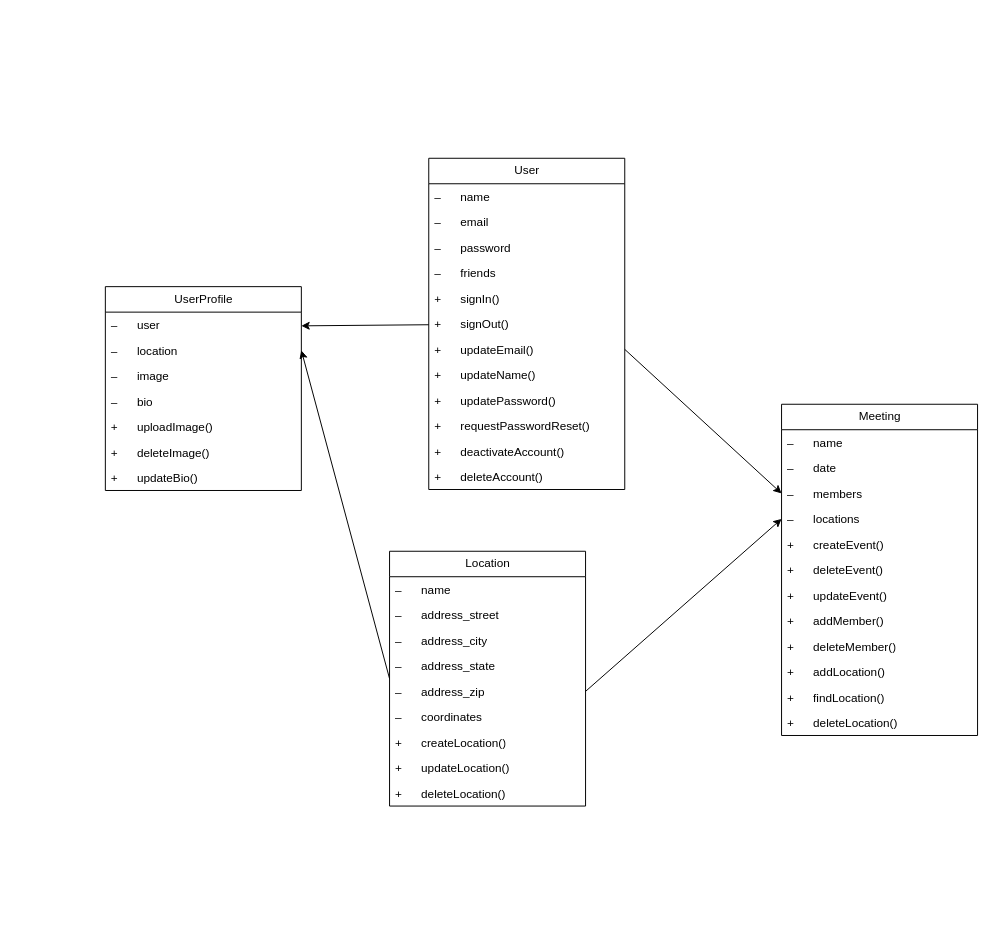
The draw.io diagram ui_ux/diagrams/uml.drawio in CSCI150-LAB01/Meet_in_the_Middle, before the edit. Source tidied: cells renumbered, new cells numbered last; positions are measured from the earlier drawing's top-left corner, leaving out a move shared by most shapes. Both pictures are drawn from the tidied source at 98%, with x=0, y=0 at pixel (105, 158).
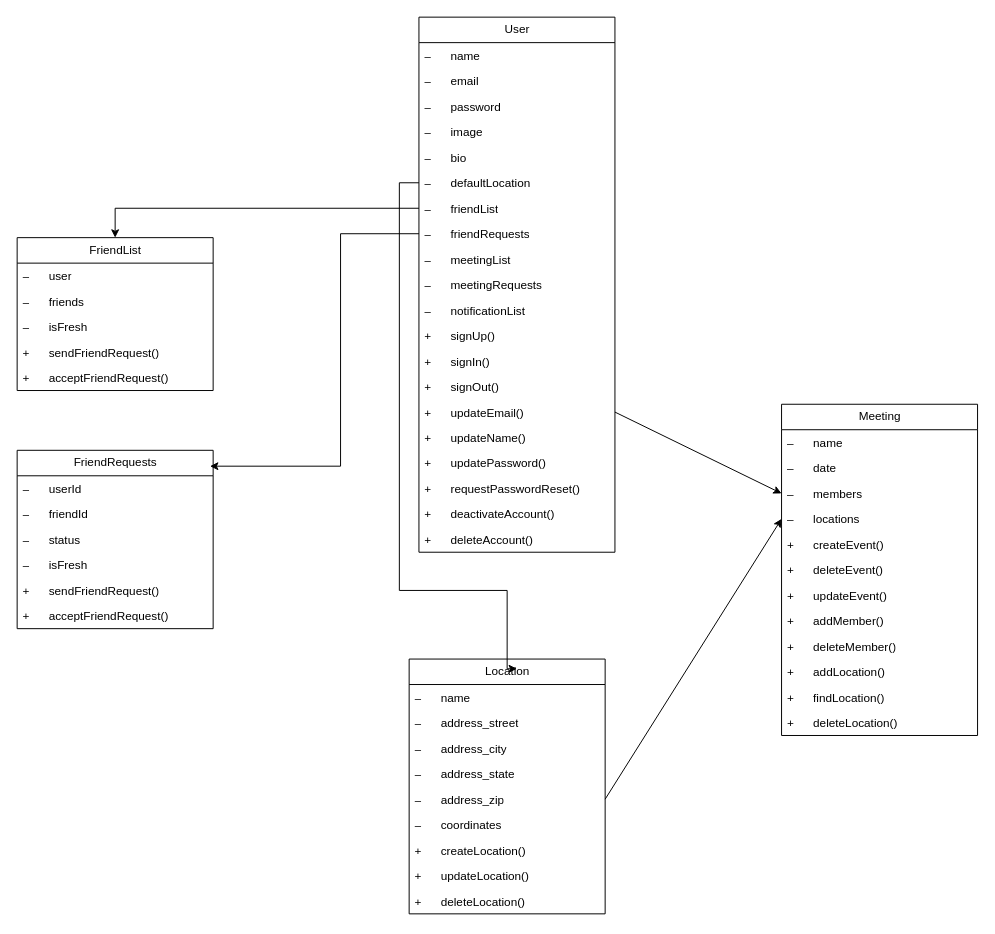
After the change.

The edit, as a diff of the source:
```diff
@@
     <mxCell id="2" value="User" style="swimlane;fontStyle=0;horizontal=1;startSize=26;fillColor=none;html=1;" parent="1" vertex="1">
-      <mxGeometry x="330" width="200" height="338" as="geometry" />
+      <mxGeometry x="320" y="-144" width="200" height="546" as="geometry" />
     </mxCell>
@@
-    <mxCell id="6" value="–&lt;span style=&quot;white-space: pre;&quot;&gt;&#9;&lt;/span&gt;friends" style="text;strokeColor=none;fillColor=none;align=left;verticalAlign=top;spacingLeft=4;spacingRight=4;overflow=hidden;whiteSpace=wrap;html=1;" parent="2" vertex="1">
+    <mxCell id="6" value="–&lt;span style=&quot;white-space: pre;&quot;&gt;&#9;&lt;/span&gt;image" style="text;strokeColor=none;fillColor=none;align=left;verticalAlign=top;spacingLeft=4;spacingRight=4;overflow=hidden;whiteSpace=wrap;html=1;" parent="2" vertex="1">
       <mxGeometry y="104" width="200" height="26" as="geometry" />
     </mxCell>
+    <mxCell id="50" value="–&lt;span style=&quot;white-space: pre;&quot;&gt;&#9;&lt;/span&gt;bio" style="text;strokeColor=none;fillColor=none;align=left;verticalAlign=top;spacingLeft=4;spacingRight=4;overflow=hidden;whiteSpace=wrap;html=1;" parent="2" vertex="1">
+      <mxGeometry y="130" width="200" height="26" as="geometry" />
+    </mxCell>
+    <mxCell id="51" value="–&lt;span style=&quot;white-space: pre;&quot;&gt;&#9;&lt;/span&gt;defaultLocation" style="text;strokeColor=none;fillColor=none;align=left;verticalAlign=top;spacingLeft=4;spacingRight=4;overflow=hidden;points=[[0,0.5],[1,0.5]];portConstraint=eastwest;whiteSpace=wrap;html=1;" parent="2" vertex="1">
+      <mxGeometry y="156" width="200" height="26" as="geometry" />
+    </mxCell>
+    <mxCell id="52" value="–&lt;span style=&quot;white-space: pre;&quot;&gt;&#9;&lt;/span&gt;friendList" style="text;strokeColor=none;fillColor=none;align=left;verticalAlign=top;spacingLeft=4;spacingRight=4;overflow=hidden;points=[[0,0.5],[1,0.5]];portConstraint=eastwest;whiteSpace=wrap;html=1;" parent="2" vertex="1">
+      <mxGeometry y="182" width="200" height="26" as="geometry" />
+    </mxCell>
+    <mxCell id="53" value="–&lt;span style=&quot;white-space: pre;&quot;&gt;&#9;&lt;/span&gt;friendRequests" style="text;strokeColor=none;fillColor=none;align=left;verticalAlign=top;spacingLeft=4;spacingRight=4;overflow=hidden;points=[[0,0.5],[1,0.5]];portConstraint=eastwest;whiteSpace=wrap;html=1;" parent="2" vertex="1">
+      <mxGeometry y="208" width="200" height="26" as="geometry" />
+    </mxCell>
+    <mxCell id="54" value="–&lt;span style=&quot;white-space: pre;&quot;&gt;&#9;&lt;/span&gt;meetingList" style="text;strokeColor=none;fillColor=none;align=left;verticalAlign=top;spacingLeft=4;spacingRight=4;overflow=hidden;whiteSpace=wrap;html=1;" parent="2" vertex="1">
+      <mxGeometry y="234" width="200" height="26" as="geometry" />
+    </mxCell>
+    <mxCell id="55" value="–&lt;span style=&quot;white-space: pre;&quot;&gt;&#9;&lt;/span&gt;meetingRequests" style="text;strokeColor=none;fillColor=none;align=left;verticalAlign=top;spacingLeft=4;spacingRight=4;overflow=hidden;whiteSpace=wrap;html=1;" parent="2" vertex="1">
+      <mxGeometry y="260" width="200" height="26" as="geometry" />
+    </mxCell>
+    <mxCell id="56" value="–&lt;span style=&quot;white-space: pre;&quot;&gt;&#9;&lt;/span&gt;notificationList" style="text;strokeColor=none;fillColor=none;align=left;verticalAlign=top;spacingLeft=4;spacingRight=4;overflow=hidden;whiteSpace=wrap;html=1;" parent="2" vertex="1">
+      <mxGeometry y="286" width="200" height="26" as="geometry" />
+    </mxCell>
+    <mxCell id="57" value="+&lt;span style=&quot;white-space: pre;&quot;&gt;&#9;&lt;/span&gt;signUp()" style="text;strokeColor=none;fillColor=none;align=left;verticalAlign=top;spacingLeft=4;spacingRight=4;overflow=hidden;whiteSpace=wrap;html=1;" parent="2" vertex="1">
+      <mxGeometry y="312" width="200" height="26" as="geometry" />
+    </mxCell>
     <mxCell id="7" value="+&lt;span style=&quot;white-space: pre;&quot;&gt;&#9;&lt;/span&gt;signIn()" style="text;strokeColor=none;fillColor=none;align=left;verticalAlign=top;spacingLeft=4;spacingRight=4;overflow=hidden;whiteSpace=wrap;html=1;" parent="2" vertex="1">
-      <mxGeometry y="130" width="200" height="26" as="geometry" />
+      <mxGeometry y="338" width="200" height="26" as="geometry" />
     </mxCell>
     <mxCell id="8" value="+&lt;span style=&quot;white-space: pre;&quot;&gt;&#9;&lt;/span&gt;signOut()" style="text;strokeColor=none;fillColor=none;align=left;verticalAlign=top;spacingLeft=4;spacingRight=4;overflow=hidden;whiteSpace=wrap;html=1;" parent="2" vertex="1">
-      <mxGeometry y="156" width="200" height="26" as="geometry" />
+      <mxGeometry y="364" width="200" height="26" as="geometry" />
     </mxCell>
     <mxCell id="9" value="+&lt;span style=&quot;white-space: pre;&quot;&gt;&#9;&lt;/span&gt;updateEmail()" style="text;strokeColor=none;fillColor=none;align=left;verticalAlign=top;spacingLeft=4;spacingRight=4;overflow=hidden;points=[[0,0.5],[1,0.5]];portConstraint=eastwest;whiteSpace=wrap;html=1;" parent="2" vertex="1">
-      <mxGeometry y="182" width="200" height="26" as="geometry" />
+      <mxGeometry y="390" width="200" height="26" as="geometry" />
     </mxCell>
     <mxCell id="10" value="+&lt;span style=&quot;white-space: pre;&quot;&gt;&#9;&lt;/span&gt;updateName()" style="text;strokeColor=none;fillColor=none;align=left;verticalAlign=top;spacingLeft=4;spacingRight=4;overflow=hidden;whiteSpace=wrap;html=1;" parent="2" vertex="1">
-      <mxGeometry y="208" width="200" height="26" as="geometry" />
+      <mxGeometry y="416" width="200" height="26" as="geometry" />
     </mxCell>
     <mxCell id="11" value="+&lt;span style=&quot;white-space: pre;&quot;&gt;&#9;&lt;/span&gt;updatePassword()" style="text;strokeColor=none;fillColor=none;align=left;verticalAlign=top;spacingLeft=4;spacingRight=4;overflow=hidden;whiteSpace=wrap;html=1;" parent="2" vertex="1">
-      <mxGeometry y="234" width="200" height="26" as="geometry" />
+      <mxGeometry y="442" width="200" height="26" as="geometry" />
     </mxCell>
     <mxCell id="12" value="+&lt;span style=&quot;white-space: pre;&quot;&gt;&#9;&lt;/span&gt;requestPasswordReset()" style="text;strokeColor=none;fillColor=none;align=left;verticalAlign=top;spacingLeft=4;spacingRight=4;overflow=hidden;whiteSpace=wrap;html=1;" parent="2" vertex="1">
-      <mxGeometry y="260" width="200" height="26" as="geometry" />
+      <mxGeometry y="468" width="200" height="26" as="geometry" />
     </mxCell>
     <mxCell id="13" value="+&lt;span style=&quot;white-space: pre;&quot;&gt;&#9;&lt;/span&gt;deactivateAccount()" style="text;strokeColor=none;fillColor=none;align=left;verticalAlign=top;spacingLeft=4;spacingRight=4;overflow=hidden;whiteSpace=wrap;html=1;" parent="2" vertex="1">
-      <mxGeometry y="286" width="200" height="26" as="geometry" />
+      <mxGeometry y="494" width="200" height="26" as="geometry" />
     </mxCell>
     <mxCell id="14" value="+&lt;span style=&quot;white-space: pre;&quot;&gt;&#9;&lt;/span&gt;deleteAccount()" style="text;strokeColor=none;fillColor=none;align=left;verticalAlign=top;spacingLeft=4;spacingRight=4;overflow=hidden;whiteSpace=wrap;html=1;" parent="2" vertex="1">
-      <mxGeometry y="312" width="200" height="26" as="geometry" />
+      <mxGeometry y="520" width="200" height="26" as="geometry" />
     </mxCell>
@@
-    <mxCell id="28" value="UserProfile" style="swimlane;fontStyle=0;horizontal=1;startSize=26;fillColor=none;html=1;" parent="1" vertex="1">
-      <mxGeometry y="131" width="200" height="208" as="geometry" />
+    <mxCell id="28" value="FriendList" style="swimlane;fontStyle=0;horizontal=1;startSize=26;fillColor=none;html=1;" parent="1" vertex="1">
+      <mxGeometry x="-90" y="81" width="200" height="156" as="geometry" />
     </mxCell>
@@
-    <mxCell id="30" value="–&lt;span style=&quot;white-space: pre;&quot;&gt;&#9;&lt;/span&gt;location" style="text;strokeColor=none;fillColor=none;align=left;verticalAlign=top;spacingLeft=4;spacingRight=4;overflow=hidden;points=[[0,0.5],[1,0.5]];portConstraint=eastwest;whiteSpace=wrap;html=1;" parent="28" vertex="1">
+    <mxCell id="30" value="–&lt;span style=&quot;white-space: pre;&quot;&gt;&#9;&lt;/span&gt;friends" style="text;strokeColor=none;fillColor=none;align=left;verticalAlign=top;spacingLeft=4;spacingRight=4;overflow=hidden;points=[[0,0.5],[1,0.5]];portConstraint=eastwest;whiteSpace=wrap;html=1;" parent="28" vertex="1">
       <mxGeometry y="52" width="200" height="26" as="geometry" />
     </mxCell>
-    <mxCell id="31" value="–&lt;span style=&quot;white-space: pre;&quot;&gt;&#9;&lt;/span&gt;image" style="text;strokeColor=none;fillColor=none;align=left;verticalAlign=top;spacingLeft=4;spacingRight=4;overflow=hidden;whiteSpace=wrap;html=1;" parent="28" vertex="1">
+    <mxCell id="31" value="–&lt;span style=&quot;white-space: pre;&quot;&gt;&#9;&lt;/span&gt;isFresh" style="text;strokeColor=none;fillColor=none;align=left;verticalAlign=top;spacingLeft=4;spacingRight=4;overflow=hidden;whiteSpace=wrap;html=1;" parent="28" vertex="1">
       <mxGeometry y="78" width="200" height="26" as="geometry" />
     </mxCell>
-    <mxCell id="32" value="–&lt;span style=&quot;white-space: pre;&quot;&gt;&#9;&lt;/span&gt;bio" style="text;strokeColor=none;fillColor=none;align=left;verticalAlign=top;spacingLeft=4;spacingRight=4;overflow=hidden;whiteSpace=wrap;html=1;" parent="28" vertex="1">
+    <mxCell id="32" value="+&lt;span style=&quot;white-space: pre;&quot;&gt;&#9;&lt;/span&gt;sendFriendRequest()" style="text;strokeColor=none;fillColor=none;align=left;verticalAlign=top;spacingLeft=4;spacingRight=4;overflow=hidden;whiteSpace=wrap;html=1;" parent="28" vertex="1">
       <mxGeometry y="104" width="200" height="26" as="geometry" />
     </mxCell>
-    <mxCell id="33" value="+&lt;span style=&quot;white-space: pre;&quot;&gt;&#9;&lt;/span&gt;uploadImage()" style="text;strokeColor=none;fillColor=none;align=left;verticalAlign=top;spacingLeft=4;spacingRight=4;overflow=hidden;whiteSpace=wrap;html=1;" parent="28" vertex="1">
+    <mxCell id="33" value="+&lt;span style=&quot;white-space: pre;&quot;&gt;&#9;&lt;/span&gt;acceptFriendRequest()" style="text;strokeColor=none;fillColor=none;align=left;verticalAlign=top;spacingLeft=4;spacingRight=4;overflow=hidden;whiteSpace=wrap;html=1;" parent="28" vertex="1">
       <mxGeometry y="130" width="200" height="26" as="geometry" />
     </mxCell>
-    <mxCell id="34" value="+&lt;span style=&quot;white-space: pre;&quot;&gt;&#9;&lt;/span&gt;deleteImage()" style="text;strokeColor=none;fillColor=none;align=left;verticalAlign=top;spacingLeft=4;spacingRight=4;overflow=hidden;whiteSpace=wrap;html=1;" parent="28" vertex="1">
-      <mxGeometry y="156" width="200" height="26" as="geometry" />
-    </mxCell>
-    <mxCell id="35" value="+&lt;span style=&quot;white-space: pre;&quot;&gt;&#9;&lt;/span&gt;updateBio()" style="text;strokeColor=none;fillColor=none;align=left;verticalAlign=top;spacingLeft=4;spacingRight=4;overflow=hidden;whiteSpace=wrap;html=1;" parent="28" vertex="1">
-      <mxGeometry y="182" width="200" height="26" as="geometry" />
-    </mxCell>
-    <mxCell id="36" style="edgeStyle=none;html=1;" parent="1" edge="1" source="2">
-      <mxGeometry relative="1" as="geometry">
-        <mxPoint x="200" y="171" as="targetPoint" />
-      </mxGeometry>
-    </mxCell>
@@
-    <mxCell id="39" style="edgeStyle=none;html=1;exitX=0;exitY=0.5;exitDx=0;exitDy=0;entryX=1;entryY=0.5;entryDx=0;entryDy=0;" parent="1" edge="1" source="40" target="30">
-      <mxGeometry relative="1" as="geometry" />
-    </mxCell>
     <mxCell id="40" value="Location" style="swimlane;fontStyle=0;horizontal=1;startSize=26;fillColor=none;html=1;" parent="1" vertex="1">
-      <mxGeometry x="290" y="401" width="200" height="260" as="geometry" />
+      <mxGeometry x="310" y="511" width="200" height="260" as="geometry" />
     </mxCell>
@@
+    <mxCell id="58" value="FriendRequests" style="swimlane;fontStyle=0;horizontal=1;startSize=26;fillColor=none;html=1;" parent="1" vertex="1">
+      <mxGeometry x="-90" y="298" width="200" height="182" as="geometry" />
+    </mxCell>
+    <mxCell id="59" value="–&lt;span style=&quot;white-space: pre;&quot;&gt;&#9;&lt;/span&gt;userId" style="text;strokeColor=none;fillColor=none;align=left;verticalAlign=top;spacingLeft=4;spacingRight=4;overflow=hidden;whiteSpace=wrap;html=1;" parent="58" vertex="1">
+      <mxGeometry y="26" width="200" height="26" as="geometry" />
+    </mxCell>
+    <mxCell id="60" value="–&lt;span style=&quot;white-space: pre;&quot;&gt;&#9;&lt;/span&gt;friendId" style="text;strokeColor=none;fillColor=none;align=left;verticalAlign=top;spacingLeft=4;spacingRight=4;overflow=hidden;whiteSpace=wrap;html=1;" parent="58" vertex="1">
+      <mxGeometry y="52" width="200" height="26" as="geometry" />
+    </mxCell>
+    <mxCell id="61" value="–&lt;span style=&quot;white-space: pre;&quot;&gt;&#9;&lt;/span&gt;status" style="text;strokeColor=none;fillColor=none;align=left;verticalAlign=top;spacingLeft=4;spacingRight=4;overflow=hidden;whiteSpace=wrap;html=1;" parent="58" vertex="1">
+      <mxGeometry y="78" width="200" height="26" as="geometry" />
+    </mxCell>
+    <mxCell id="62" value="–&lt;span style=&quot;white-space: pre;&quot;&gt;&#9;&lt;/span&gt;isFresh" style="text;strokeColor=none;fillColor=none;align=left;verticalAlign=top;spacingLeft=4;spacingRight=4;overflow=hidden;whiteSpace=wrap;html=1;" parent="58" vertex="1">
+      <mxGeometry y="104" width="200" height="26" as="geometry" />
+    </mxCell>
+    <mxCell id="63" value="+&lt;span style=&quot;white-space: pre;&quot;&gt;&#9;&lt;/span&gt;sendFriendRequest()" style="text;strokeColor=none;fillColor=none;align=left;verticalAlign=top;spacingLeft=4;spacingRight=4;overflow=hidden;whiteSpace=wrap;html=1;" parent="58" vertex="1">
+      <mxGeometry y="130" width="200" height="26" as="geometry" />
+    </mxCell>
+    <mxCell id="64" value="+&lt;span style=&quot;white-space: pre;&quot;&gt;&#9;&lt;/span&gt;acceptFriendRequest()" style="text;strokeColor=none;fillColor=none;align=left;verticalAlign=top;spacingLeft=4;spacingRight=4;overflow=hidden;whiteSpace=wrap;html=1;" parent="58" vertex="1">
+      <mxGeometry y="156" width="200" height="26" as="geometry" />
+    </mxCell>
+    <mxCell id="65" style="edgeStyle=orthogonalEdgeStyle;rounded=0;jettySize=auto;html=1;entryX=0.984;entryY=0.089;entryDx=0;entryDy=0;entryPerimeter=0;" parent="1" edge="1" source="53" target="58">
+      <mxGeometry relative="1" as="geometry">
+        <Array as="points">
+          <mxPoint x="240" y="77" />
+          <mxPoint x="240" y="314" />
+        </Array>
+      </mxGeometry>
+    </mxCell>
+    <mxCell id="66" style="edgeStyle=orthogonalEdgeStyle;rounded=0;jettySize=auto;html=1;" parent="1" edge="1" source="52" target="28">
+      <mxGeometry relative="1" as="geometry" />
+    </mxCell>
+    <mxCell id="67" style="edgeStyle=orthogonalEdgeStyle;rounded=0;jettySize=auto;html=1;entryX=0.55;entryY=0.038;entryDx=0;entryDy=0;entryPerimeter=0;" parent="1" edge="1" source="51" target="40">
+      <mxGeometry relative="1" as="geometry">
+        <Array as="points">
+          <mxPoint x="300" y="25" />
+          <mxPoint x="300" y="441" />
+          <mxPoint x="410" y="441" />
+          <mxPoint x="410" y="521" />
+        </Array>
+      </mxGeometry>
+    </mxCell>
```
